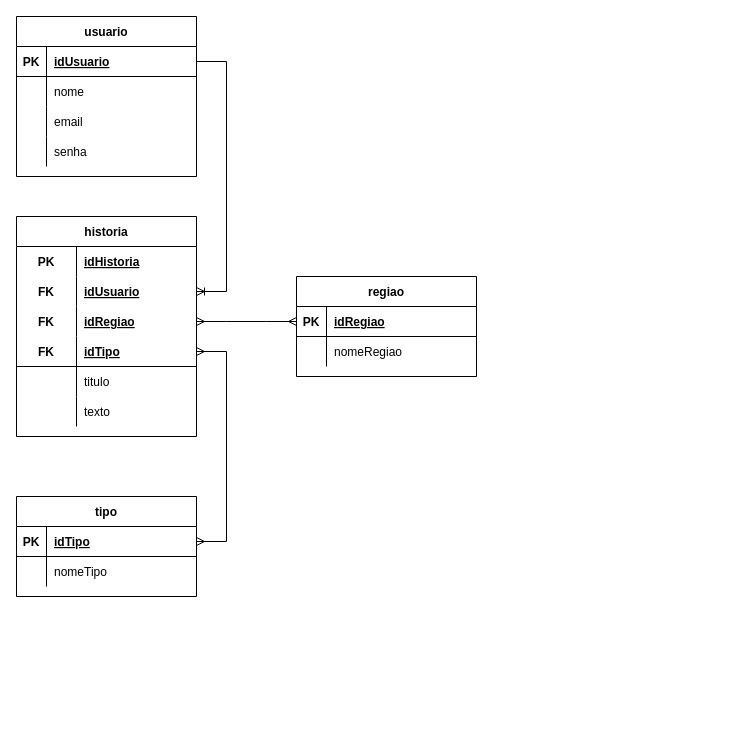
Earlier version of the draw.io diagram page "Modelo-Lógico" (2 of 2) of Banco de Dados/Modelagens/Modelagens-WTDNWYTK.drawio (lucaf-silvestri/Projeto_WTDNWYTK). Source tidied: cells renumbered, new cells numbered last; positions are measured from the earlier drawing's top-left corner, leaving out a move shared by most shapes. Both pictures are drawn from the tidied source at 100%, with x=0, y=0 at pixel (16, 16).
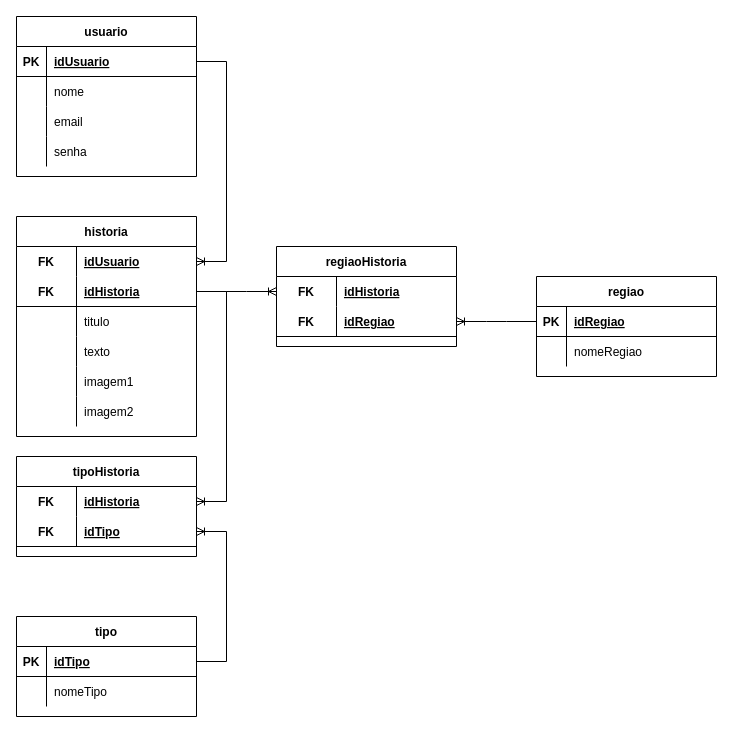
Above is the later version.

The change refers to these unchanged cells:
```xml
<mxCell id="16" style="shape=tableRow;horizontal=0;startSize=0;swimlaneHead=0;swimlaneBody=0;fillColor=none;points=[[0,0.5],[1,0.5]];portConstraint=eastwest;top=0;left=0;right=0;bottom=1;" parent="15" vertex="1">
  <mxGeometry y="30" width="180" height="30" as="geometry" />
</mxCell>
<mxCell id="23" style="shape=tableRow;horizontal=0;startSize=0;swimlaneHead=0;swimlaneBody=0;fillColor=none;points=[[0,0.5],[1,0.5]];portConstraint=eastwest;top=0;left=0;right=0;bottom=1;" parent="22" vertex="1">
  <mxGeometry y="30" width="180" height="30" as="geometry" />
</mxCell>
<mxCell id="29" value="historia" style="shape=table;startSize=30;childLayout=tableLayout;rowLines=0;fontStyle=1;align=center;" parent="1" vertex="1">
  <mxGeometry y="200" width="180" height="220" as="geometry" />
</mxCell>
<mxCell id="45" style="shape=tableRow;horizontal=0;startSize=0;swimlaneHead=0;swimlaneBody=0;fillColor=none;top=0;left=0;right=0;bottom=0;" parent="29" vertex="1">
  <mxGeometry y="180" width="180" height="30" as="geometry" />
</mxCell>
```

Diff of the diagram source:
```diff
@@
     <mxCell id="15" value="regiao" style="shape=table;startSize=30;childLayout=tableLayout;rowLines=0;fontStyle=1;align=center;" parent="1" vertex="1">
-      <mxGeometry x="280" y="260" width="180" height="100" as="geometry" />
+      <mxGeometry x="520" y="260" width="180" height="100" as="geometry" />
     </mxCell>
@@
     <mxCell id="22" value="tipo" style="shape=table;startSize=30;childLayout=tableLayout;rowLines=0;fontStyle=1;align=center;" parent="1" vertex="1">
-      <mxGeometry y="480" width="180" height="100" as="geometry" />
+      <mxGeometry y="600" width="180" height="100" as="geometry" />
     </mxCell>
@@
-    <mxCell id="30" style="shape=tableRow;horizontal=0;startSize=0;swimlaneHead=0;swimlaneBody=0;fillColor=none;top=0;left=0;right=0;bottom=0;" parent="29" vertex="1">
-      <mxGeometry y="30" width="180" height="30" as="geometry" />
-    </mxCell>
-    <mxCell id="31" value="PK" style="shape=partialRectangle;fillColor=none;top=0;left=0;bottom=0;right=0;fontStyle=1;overflow=hidden;" parent="30" vertex="1">
-      <mxGeometry width="60" height="30" as="geometry" />
-    </mxCell>
-    <mxCell id="32" value="idHistoria" style="shape=partialRectangle;fillColor=none;top=0;left=0;bottom=0;right=0;align=left;spacingLeft=6;fontStyle=5;overflow=hidden;" parent="30" vertex="1">
-      <mxGeometry x="60" width="120" height="30" as="geometry" />
-    </mxCell>
     <mxCell id="33" style="shape=tableRow;horizontal=0;startSize=0;swimlaneHead=0;swimlaneBody=0;fillColor=none;points=[[0,0.5],[1,0.5]];portConstraint=eastwest;top=0;left=0;right=0;bottom=0;" parent="29" vertex="1">
-      <mxGeometry y="60" width="180" height="30" as="geometry" />
+      <mxGeometry y="30" width="180" height="30" as="geometry" />
     </mxCell>
@@
-    <mxCell id="36" style="shape=tableRow;horizontal=0;startSize=0;swimlaneHead=0;swimlaneBody=0;fillColor=none;points=[[0,0.5],[1,0.5]];portConstraint=eastwest;top=0;left=0;right=0;bottom=0;" parent="29" vertex="1">
-      <mxGeometry y="90" width="180" height="30" as="geometry" />
-    </mxCell>
-    <mxCell id="37" value="FK" style="shape=partialRectangle;fillColor=none;top=0;left=0;bottom=0;right=0;fontStyle=1;overflow=hidden;" parent="36" vertex="1">
-      <mxGeometry width="60" height="30" as="geometry" />
-    </mxCell>
-    <mxCell id="38" value="idRegiao" style="shape=partialRectangle;fillColor=none;top=0;left=0;bottom=0;right=0;align=left;spacingLeft=6;fontStyle=5;overflow=hidden;" parent="36" vertex="1">
-      <mxGeometry x="60" width="120" height="30" as="geometry" />
-    </mxCell>
     <mxCell id="39" style="shape=tableRow;horizontal=0;startSize=0;swimlaneHead=0;swimlaneBody=0;fillColor=none;points=[[0,0.5],[1,0.5]];portConstraint=eastwest;top=0;left=0;right=0;bottom=1;" parent="29" vertex="1">
-      <mxGeometry y="120" width="180" height="30" as="geometry" />
+      <mxGeometry y="60" width="180" height="30" as="geometry" />
     </mxCell>
@@
-    <mxCell id="41" value="idTipo" style="shape=partialRectangle;fillColor=none;top=0;left=0;bottom=0;right=0;align=left;spacingLeft=6;fontStyle=5;overflow=hidden;" parent="39" vertex="1">
+    <mxCell id="41" value="idHistoria" style="shape=partialRectangle;fillColor=none;top=0;left=0;bottom=0;right=0;align=left;spacingLeft=6;fontStyle=5;overflow=hidden;" parent="39" vertex="1">
       <mxGeometry x="60" width="120" height="30" as="geometry" />
     </mxCell>
     <mxCell id="42" style="shape=tableRow;horizontal=0;startSize=0;swimlaneHead=0;swimlaneBody=0;fillColor=none;top=0;left=0;right=0;bottom=0;" parent="29" vertex="1">
-      <mxGeometry y="150" width="180" height="30" as="geometry" />
+      <mxGeometry y="90" width="180" height="30" as="geometry" />
     </mxCell>
@@
+    <mxCell id="51" style="shape=tableRow;horizontal=0;startSize=0;swimlaneHead=0;swimlaneBody=0;fillColor=none;top=0;left=0;right=0;bottom=0;" parent="29" vertex="1">
+      <mxGeometry y="120" width="180" height="30" as="geometry" />
+    </mxCell>
+    <mxCell id="52" style="shape=partialRectangle;fillColor=none;top=0;left=0;bottom=0;right=0;overflow=hidden;" parent="51" vertex="1">
+      <mxGeometry width="60" height="30" as="geometry" />
+    </mxCell>
+    <mxCell id="53" value="texto" style="shape=partialRectangle;fillColor=none;top=0;left=0;bottom=0;right=0;align=left;spacingLeft=6;overflow=hidden;" parent="51" vertex="1">
+      <mxGeometry x="60" width="120" height="30" as="geometry" />
+    </mxCell>
+    <mxCell id="54" style="shape=tableRow;horizontal=0;startSize=0;swimlaneHead=0;swimlaneBody=0;fillColor=none;top=0;left=0;right=0;bottom=0;" parent="29" vertex="1">
+      <mxGeometry y="150" width="180" height="30" as="geometry" />
+    </mxCell>
+    <mxCell id="55" style="shape=partialRectangle;fillColor=none;top=0;left=0;bottom=0;right=0;overflow=hidden;" parent="54" vertex="1">
+      <mxGeometry width="60" height="30" as="geometry" />
+    </mxCell>
+    <mxCell id="56" value="imagem1" style="shape=partialRectangle;fillColor=none;top=0;left=0;bottom=0;right=0;align=left;spacingLeft=6;overflow=hidden;" parent="54" vertex="1">
+      <mxGeometry x="60" width="120" height="30" as="geometry" />
+    </mxCell>
@@
-    <mxCell id="47" value="texto" style="shape=partialRectangle;fillColor=none;top=0;left=0;bottom=0;right=0;align=left;spacingLeft=6;overflow=hidden;" parent="45" vertex="1">
+    <mxCell id="47" value="imagem2" style="shape=partialRectangle;fillColor=none;top=0;left=0;bottom=0;right=0;align=left;spacingLeft=6;overflow=hidden;" parent="45" vertex="1">
       <mxGeometry x="60" width="120" height="30" as="geometry" />
     </mxCell>
@@
-    <mxCell id="49" style="edgeStyle=entityRelationEdgeStyle;fontSize=12;html=1;endArrow=ERmany;startArrow=ERmany;rounded=0;entryX=0;entryY=0.5;entryDx=0;entryDy=0;exitX=1;exitY=0.5;exitDx=0;exitDy=0;" parent="1" edge="1" source="36" target="16">
-      <mxGeometry relative="1" as="geometry" />
-    </mxCell>
-    <mxCell id="50" style="edgeStyle=entityRelationEdgeStyle;fontSize=12;html=1;endArrow=ERmany;startArrow=ERmany;rounded=0;" parent="1" edge="1" source="39" target="23">
-      <mxGeometry relative="1" as="geometry" />
-    </mxCell>
+    <mxCell id="57" value="tipoHistoria" style="shape=table;startSize=30;childLayout=tableLayout;rowLines=0;fontStyle=1;align=center;" parent="1" vertex="1">
+      <mxGeometry y="440" width="180" height="100" as="geometry" />
+    </mxCell>
+    <mxCell id="58" style="shape=tableRow;horizontal=0;startSize=0;swimlaneHead=0;swimlaneBody=0;fillColor=none;points=[[0,0.5],[1,0.5]];portConstraint=eastwest;top=0;left=0;right=0;bottom=0;" parent="57" vertex="1">
+      <mxGeometry y="30" width="180" height="30" as="geometry" />
+    </mxCell>
+    <mxCell id="59" value="FK" style="shape=partialRectangle;fillColor=none;top=0;left=0;bottom=0;right=0;fontStyle=1;overflow=hidden;" parent="58" vertex="1">
+      <mxGeometry width="60" height="30" as="geometry" />
+    </mxCell>
+    <mxCell id="60" value="idHistoria" style="shape=partialRectangle;fillColor=none;top=0;left=0;bottom=0;right=0;align=left;spacingLeft=6;fontStyle=5;overflow=hidden;" parent="58" vertex="1">
+      <mxGeometry x="60" width="120" height="30" as="geometry" />
+    </mxCell>
+    <mxCell id="61" style="shape=tableRow;horizontal=0;startSize=0;swimlaneHead=0;swimlaneBody=0;fillColor=none;points=[[0,0.5],[1,0.5]];portConstraint=eastwest;top=0;left=0;right=0;bottom=1;" parent="57" vertex="1">
+      <mxGeometry y="60" width="180" height="30" as="geometry" />
+    </mxCell>
+    <mxCell id="62" value="FK" style="shape=partialRectangle;fillColor=none;top=0;left=0;bottom=0;right=0;fontStyle=1;overflow=hidden;" parent="61" vertex="1">
+      <mxGeometry width="60" height="30" as="geometry" />
+    </mxCell>
+    <mxCell id="63" value="idTipo" style="shape=partialRectangle;fillColor=none;top=0;left=0;bottom=0;right=0;align=left;spacingLeft=6;fontStyle=5;overflow=hidden;" parent="61" vertex="1">
+      <mxGeometry x="60" width="120" height="30" as="geometry" />
+    </mxCell>
+    <mxCell id="64" value="regiaoHistoria" style="shape=table;startSize=30;childLayout=tableLayout;rowLines=0;fontStyle=1;align=center;" parent="1" vertex="1">
+      <mxGeometry x="260" y="230" width="180" height="100" as="geometry" />
+    </mxCell>
+    <mxCell id="65" style="shape=tableRow;horizontal=0;startSize=0;swimlaneHead=0;swimlaneBody=0;fillColor=none;points=[[0,0.5],[1,0.5]];portConstraint=eastwest;top=0;left=0;right=0;bottom=0;" parent="64" vertex="1">
+      <mxGeometry y="30" width="180" height="30" as="geometry" />
+    </mxCell>
+    <mxCell id="66" value="FK" style="shape=partialRectangle;fillColor=none;top=0;left=0;bottom=0;right=0;fontStyle=1;overflow=hidden;" parent="65" vertex="1">
+      <mxGeometry width="60" height="30" as="geometry" />
+    </mxCell>
+    <mxCell id="67" value="idHistoria" style="shape=partialRectangle;fillColor=none;top=0;left=0;bottom=0;right=0;align=left;spacingLeft=6;fontStyle=5;overflow=hidden;" parent="65" vertex="1">
+      <mxGeometry x="60" width="120" height="30" as="geometry" />
+    </mxCell>
+    <mxCell id="68" style="shape=tableRow;horizontal=0;startSize=0;swimlaneHead=0;swimlaneBody=0;fillColor=none;points=[[0,0.5],[1,0.5]];portConstraint=eastwest;top=0;left=0;right=0;bottom=1;" parent="64" vertex="1">
+      <mxGeometry y="60" width="180" height="30" as="geometry" />
+    </mxCell>
+    <mxCell id="69" value="FK" style="shape=partialRectangle;fillColor=none;top=0;left=0;bottom=0;right=0;fontStyle=1;overflow=hidden;" parent="68" vertex="1">
+      <mxGeometry width="60" height="30" as="geometry" />
+    </mxCell>
+    <mxCell id="38" value="idRegiao" style="shape=partialRectangle;fillColor=none;top=0;left=0;bottom=0;right=0;align=left;spacingLeft=6;fontStyle=5;overflow=hidden;" parent="68" vertex="1">
+      <mxGeometry x="60" width="120" height="30" as="geometry" />
+    </mxCell>
+    <mxCell id="70" style="edgeStyle=entityRelationEdgeStyle;fontSize=12;html=1;endArrow=ERoneToMany;rounded=0;" parent="1" edge="1" source="39" target="65">
+      <mxGeometry relative="1" as="geometry" />
+    </mxCell>
+    <mxCell id="71" style="edgeStyle=entityRelationEdgeStyle;fontSize=12;html=1;endArrow=ERoneToMany;rounded=0;" parent="1" edge="1" source="39" target="58">
+      <mxGeometry relative="1" as="geometry" />
+    </mxCell>
+    <mxCell id="72" style="edgeStyle=entityRelationEdgeStyle;fontSize=12;html=1;endArrow=ERoneToMany;rounded=0;" parent="1" edge="1" source="16" target="68">
+      <mxGeometry relative="1" as="geometry" />
+    </mxCell>
+    <mxCell id="73" style="edgeStyle=entityRelationEdgeStyle;fontSize=12;html=1;endArrow=ERoneToMany;rounded=0;" parent="1" edge="1" source="23" target="61">
+      <mxGeometry relative="1" as="geometry" />
+    </mxCell>
```
